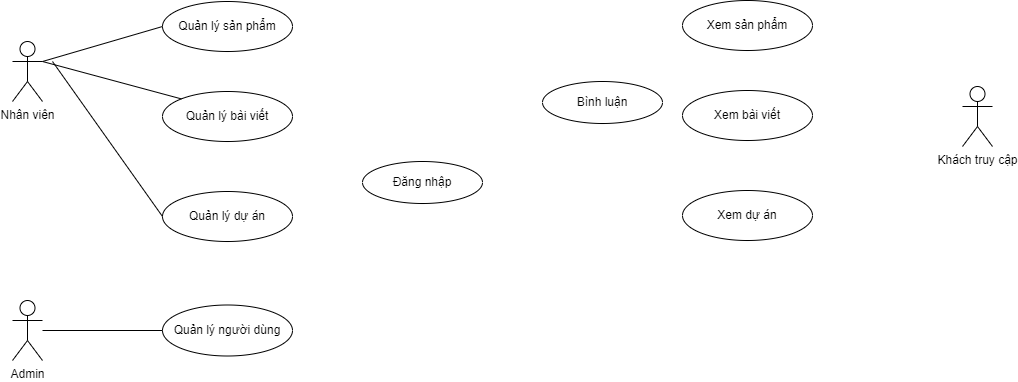
Above: UseCase.png in ChauCongTu/thiet-ke-linh-tinh (draw.io), before the change. Source tidied: cells renumbered, new cells last; positions are measured from the earlier drawing's top-left corner, leaving out a move shared by most shapes.
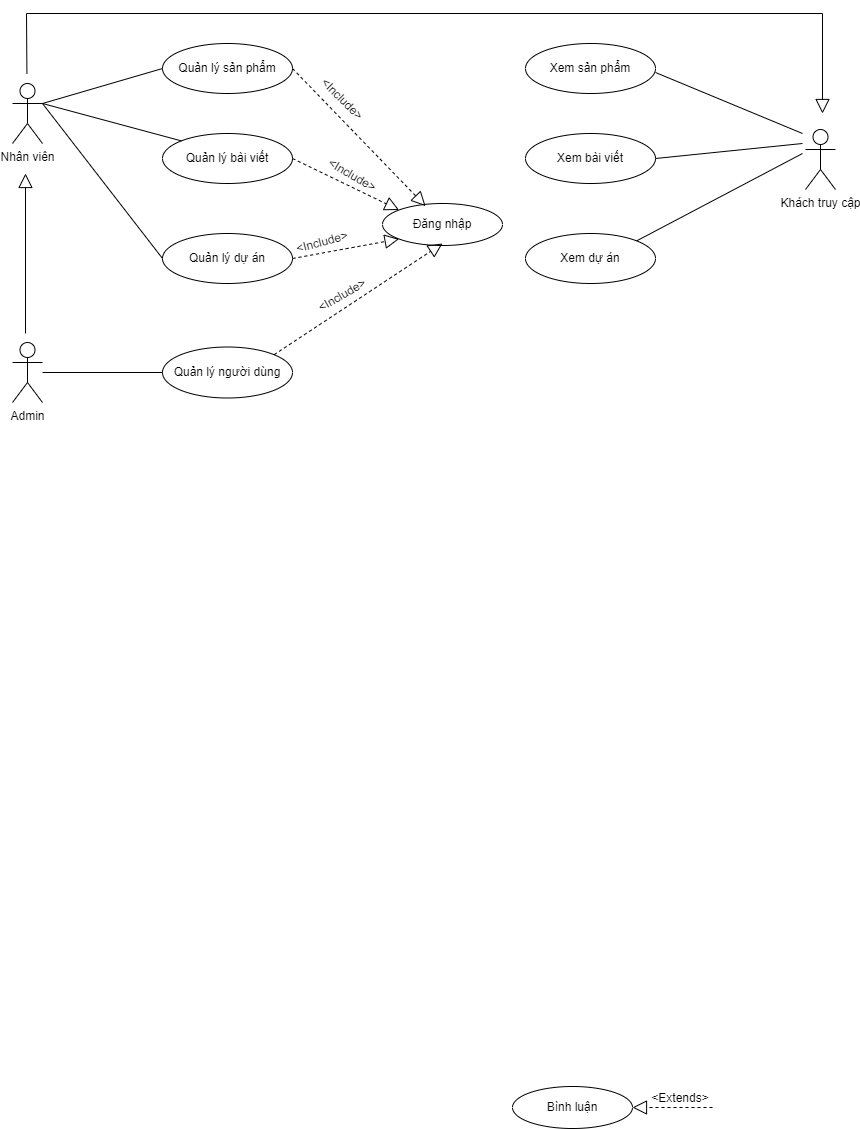
Later version of the same file.

Commit message:
Cập nhật UseCase.png

Diff of the diagram source:
```diff
@@ -6,7 +6,7 @@
       <mxGeometry y="41" width="30" height="60" as="geometry" />
     </mxCell>
     <mxCell id="3" value="Khách truy cập&lt;br&gt;" style="shape=umlActor;verticalLabelPosition=bottom;verticalAlign=top;html=1;" parent="1" vertex="1">
-      <mxGeometry x="950" y="86" width="30" height="60" as="geometry" />
+      <mxGeometry x="793" y="87" width="30" height="60" as="geometry" />
     </mxCell>
     <mxCell id="4" value="Admin" style="shape=umlActor;verticalLabelPosition=bottom;verticalAlign=top;html=1;outlineConnect=0;" parent="1" vertex="1">
       <mxGeometry y="300" width="30" height="60" as="geometry" />
@@ -24,19 +24,16 @@
       <mxGeometry x="150" y="304.5" width="130" height="51" as="geometry" />
     </mxCell>
     <mxCell id="9" value="Xem sản phẩm" style="ellipse;whiteSpace=wrap;html=1;" parent="1" vertex="1">
-      <mxGeometry x="670" width="130" height="50" as="geometry" />
+      <mxGeometry x="513" y="1" width="130" height="50" as="geometry" />
     </mxCell>
     <mxCell id="10" value="Xem bài viết" style="ellipse;whiteSpace=wrap;html=1;" parent="1" vertex="1">
-      <mxGeometry x="670" y="90" width="130" height="50" as="geometry" />
+      <mxGeometry x="513" y="91" width="130" height="50" as="geometry" />
     </mxCell>
     <mxCell id="11" value="Xem dự án" style="ellipse;whiteSpace=wrap;html=1;" parent="1" vertex="1">
-      <mxGeometry x="670" y="190" width="130" height="50" as="geometry" />
+      <mxGeometry x="513" y="191" width="130" height="50" as="geometry" />
     </mxCell>
-    <mxCell id="12" value="Bình luận" style="ellipse;whiteSpace=wrap;html=1;" parent="1" vertex="1">
-      <mxGeometry x="530" y="81" width="120" height="42" as="geometry" />
-    </mxCell>
     <mxCell id="13" value="Đăng nhập" style="ellipse;whiteSpace=wrap;html=1;" parent="1" vertex="1">
-      <mxGeometry x="350" y="161" width="120" height="42" as="geometry" />
+      <mxGeometry x="370" y="161" width="120" height="42" as="geometry" />
     </mxCell>
     <mxCell id="14" style="endArrow=none;html=1;rounded=0;exitX=1;exitY=0.3333333333333333;exitDx=0;exitDy=0;exitPerimeter=0;entryX=0;entryY=0.5;entryDx=0;entryDy=0;" parent="1" edge="1" source="2" target="5">
       <mxGeometry relative="1" as="geometry" />
@@ -44,13 +41,80 @@
     <mxCell id="15" style="endArrow=none;html=1;rounded=0;exitX=1;exitY=0.3333333333333333;exitDx=0;exitDy=0;exitPerimeter=0;entryX=0;entryY=0;entryDx=0;entryDy=0;" parent="1" edge="1" source="2" target="6">
       <mxGeometry relative="1" as="geometry" />
     </mxCell>
-    <mxCell id="16" style="endArrow=none;html=1;rounded=0;entryX=0;entryY=0.5;entryDx=0;entryDy=0;" parent="1" edge="1" target="7">
-      <mxGeometry relative="1" as="geometry">
-        <mxPoint x="40" y="61" as="sourcePoint" />
-      </mxGeometry>
+    <mxCell id="16" style="endArrow=none;html=1;rounded=0;entryX=0;entryY=0.5;entryDx=0;entryDy=0;exitX=1;exitY=0.3333333333333333;exitDx=0;exitDy=0;exitPerimeter=0;" parent="1" edge="1" source="2" target="7">
+      <mxGeometry relative="1" as="geometry" />
     </mxCell>
     <mxCell id="17" style="endArrow=none;html=1;rounded=0;entryX=0;entryY=0.5;entryDx=0;entryDy=0;" parent="1" edge="1" source="4" target="8">
       <mxGeometry relative="1" as="geometry" />
     </mxCell>
+    <mxCell id="18" style="endArrow=block;dashed=1;endFill=0;endSize=12;html=1;rounded=0;entryX=0.359;entryY=0.062;entryDx=0;entryDy=0;exitX=1;exitY=0.5;exitDx=0;exitDy=0;fontStyle=1;entryPerimeter=0;" parent="1" edge="1" source="5" target="13">
+      <mxGeometry relative="1" as="geometry" />
+    </mxCell>
+    <mxCell id="19" value="&amp;lt;Include&amp;gt;" style="text;html=1;strokeColor=none;fillColor=none;align=center;verticalAlign=middle;whiteSpace=wrap;rounded=0;rotation=45;" parent="1" vertex="1">
+      <mxGeometry x="300" y="42" width="60" height="30" as="geometry" />
+    </mxCell>
+    <mxCell id="20" style="endArrow=block;dashed=1;endFill=0;endSize=12;html=1;rounded=0;entryX=0;entryY=0;entryDx=0;entryDy=0;exitX=1;exitY=0.5;exitDx=0;exitDy=0;fontStyle=1;" parent="1" edge="1" source="6" target="13">
+      <mxGeometry relative="1" as="geometry" />
+    </mxCell>
+    <mxCell id="21" style="endArrow=block;dashed=1;endFill=0;endSize=12;html=1;rounded=0;entryX=0;entryY=1;entryDx=0;entryDy=0;exitX=1;exitY=0.5;exitDx=0;exitDy=0;fontStyle=1;" parent="1" edge="1" source="7" target="13">
+      <mxGeometry relative="1" as="geometry" />
+    </mxCell>
+    <mxCell id="22" style="endArrow=block;dashed=1;endFill=0;endSize=12;html=1;rounded=0;exitX=1;exitY=0;exitDx=0;exitDy=0;fontStyle=1;" parent="1" edge="1" source="8">
+      <mxGeometry relative="1" as="geometry">
+        <mxPoint x="430" y="201" as="targetPoint" />
+      </mxGeometry>
+    </mxCell>
+    <mxCell id="23" value="&amp;lt;Include&amp;gt;" style="text;html=1;strokeColor=none;fillColor=none;align=center;verticalAlign=middle;whiteSpace=wrap;rounded=0;rotation=-30;" parent="1" vertex="1">
+      <mxGeometry x="300" y="238" width="60" height="30" as="geometry" />
+    </mxCell>
+    <mxCell id="24" value="&amp;lt;Include&amp;gt;" style="text;html=1;strokeColor=none;fillColor=none;align=center;verticalAlign=middle;whiteSpace=wrap;rounded=0;rotation=-15;" parent="1" vertex="1">
+      <mxGeometry x="280" y="185" width="60" height="30" as="geometry" />
+    </mxCell>
+    <mxCell id="25" value="&amp;lt;Include&amp;gt;" style="text;html=1;strokeColor=none;fillColor=none;align=center;verticalAlign=middle;whiteSpace=wrap;rounded=0;rotation=30;" parent="1" vertex="1">
+      <mxGeometry x="310" y="118" width="60" height="30" as="geometry" />
+    </mxCell>
+    <mxCell id="12" value="Bình luận" style="ellipse;whiteSpace=wrap;html=1;" parent="1" vertex="1">
+      <mxGeometry x="500" y="1044" width="120" height="42" as="geometry" />
+    </mxCell>
+    <mxCell id="26" style="endArrow=block;dashed=1;endFill=0;endSize=12;html=1;rounded=0;entryX=1;entryY=0.5;entryDx=0;entryDy=0;exitX=0;exitY=0.5;exitDx=0;exitDy=0;fontStyle=1;" parent="1" edge="1" target="12">
+      <mxGeometry relative="1" as="geometry">
+        <mxPoint x="700" y="1065" as="sourcePoint" />
+      </mxGeometry>
+    </mxCell>
+    <mxCell id="27" value="&amp;lt;Extends&amp;gt;" style="text;html=1;strokeColor=none;fillColor=none;align=center;verticalAlign=middle;whiteSpace=wrap;rounded=0;rotation=0;" parent="1" vertex="1">
+      <mxGeometry x="638" y="1041" width="60" height="30" as="geometry" />
+    </mxCell>
+    <mxCell id="28" style="edgeStyle=none;html=1;endSize=12;endArrow=block;endFill=0;rounded=0;" parent="1" edge="1">
+      <mxGeometry relative="1" as="geometry">
+        <mxPoint x="13" y="291" as="sourcePoint" />
+        <mxPoint x="13" y="131" as="targetPoint" />
+      </mxGeometry>
+    </mxCell>
+    <mxCell id="29" style="edgeStyle=none;html=1;endSize=12;endArrow=block;endFill=0;rounded=0;" parent="1" edge="1">
+      <mxGeometry relative="1" as="geometry">
+        <mxPoint x="14.4" y="31" as="sourcePoint" />
+        <mxPoint x="810" y="71" as="targetPoint" />
+        <Array as="points">
+          <mxPoint x="14" y="-29" />
+          <mxPoint x="810" y="-29" />
+        </Array>
+      </mxGeometry>
+    </mxCell>
+    <mxCell id="30" style="endArrow=none;html=1;rounded=0;" parent="1" edge="1">
+      <mxGeometry relative="1" as="geometry">
+        <mxPoint x="643" y="30" as="sourcePoint" />
+        <mxPoint x="790" y="91" as="targetPoint" />
+      </mxGeometry>
+    </mxCell>
+    <mxCell id="31" style="endArrow=none;html=1;rounded=0;exitX=1;exitY=0.5;exitDx=0;exitDy=0;" parent="1" edge="1" source="10">
+      <mxGeometry relative="1" as="geometry">
+        <mxPoint x="790" y="101" as="targetPoint" />
+      </mxGeometry>
+    </mxCell>
+    <mxCell id="32" style="endArrow=none;html=1;rounded=0;exitX=1;exitY=0;exitDx=0;exitDy=0;" parent="1" edge="1" source="11">
+      <mxGeometry relative="1" as="geometry">
+        <mxPoint x="790" y="111" as="targetPoint" />
+      </mxGeometry>
+    </mxCell>
   </root>
 </mxGraphModel>
```
